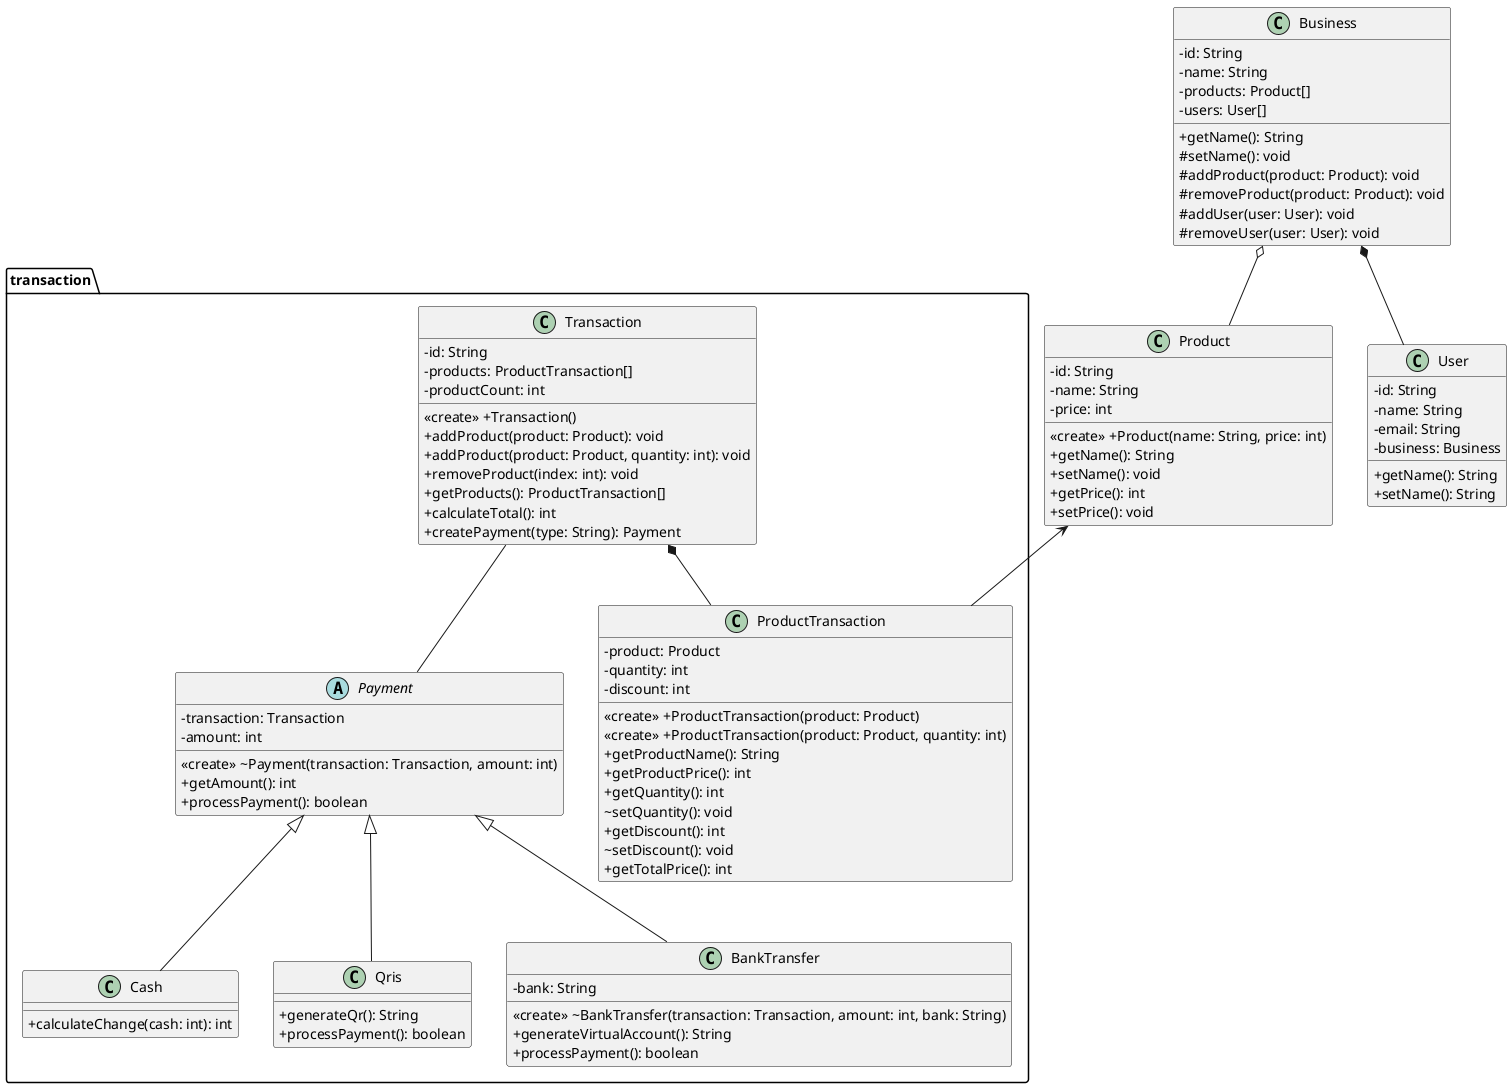
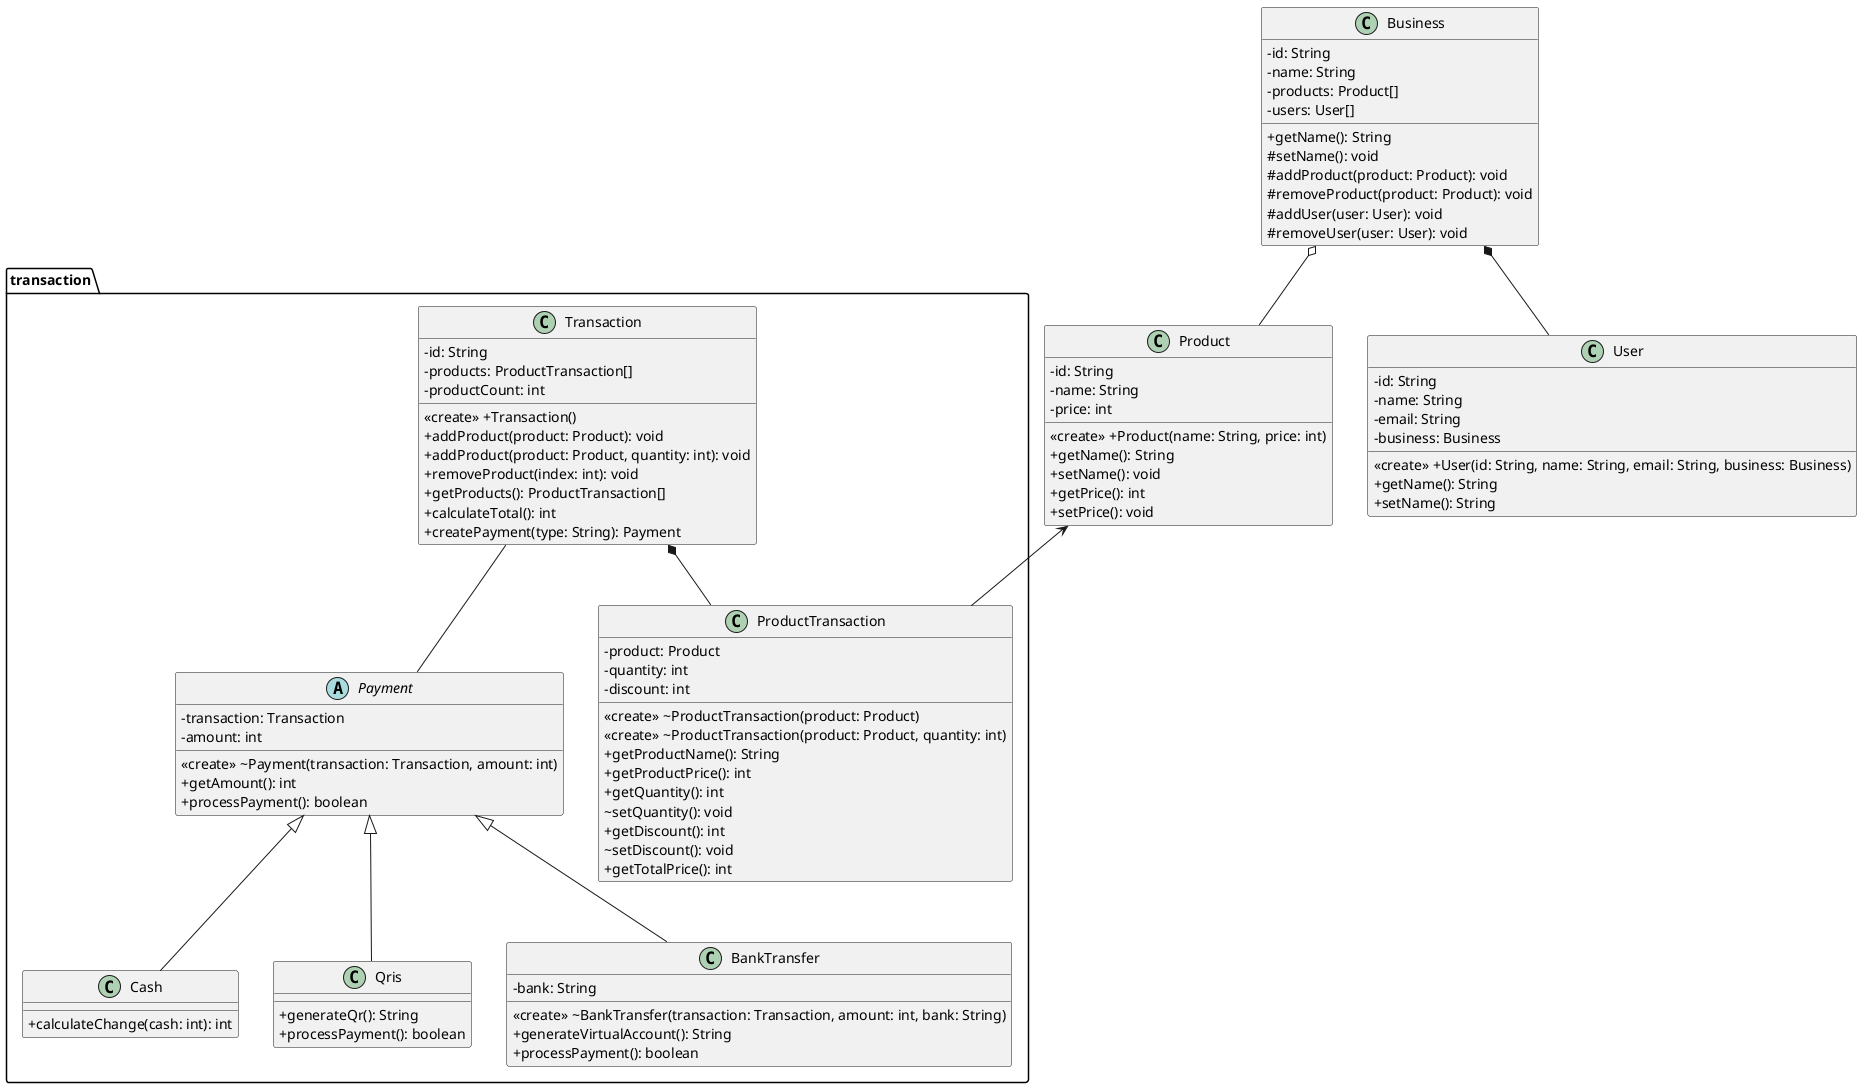
@startuml

skinparam classAttributeIconSize 0

package transaction {
    class Transaction {
        -id: String
        -products: ProductTransaction[]
        -productCount: int
        << create >> +Transaction()
        +addProduct(product: Product): void
        +addProduct(product: Product, quantity: int): void
        +removeProduct(index: int): void
        +getProducts(): ProductTransaction[]
        +calculateTotal(): int
        +createPayment(type: String): Payment
    }

    class ProductTransaction {
        -product: Product
        -quantity: int
        -discount: int
-         << create >> +ProductTransaction(product: Product)
-         << create >> +ProductTransaction(product: Product, quantity: int)
+         << create >> ~ProductTransaction(product: Product)
+         << create >> ~ProductTransaction(product: Product, quantity: int)
        +getProductName(): String
        +getProductPrice(): int
        +getQuantity(): int
        ~setQuantity(): void
        +getDiscount(): int
        ~setDiscount(): void
        +getTotalPrice(): int
    }
    Transaction *-- ProductTransaction

    abstract class Payment {
        -transaction: Transaction
        -amount: int
        << create >> ~Payment(transaction: Transaction, amount: int)
        +getAmount(): int
        +processPayment(): boolean
    }
    Transaction -- Payment

    class Cash {
        +calculateChange(cash: int): int
    }
    Payment <|-- Cash

    class Qris {
        +generateQr(): String
        +processPayment(): boolean
    }
    Payment <|-- Qris

    class BankTransfer {
        -bank: String
        << create >> ~BankTransfer(transaction: Transaction, amount: int, bank: String)
        +generateVirtualAccount(): String
        +processPayment(): boolean
    }
    Payment <|-- BankTransfer
}
Product <-- ProductTransaction

class Product {
    -id: String
    -name: String
    -price: int
    << create >> +Product(name: String, price: int)
    +getName(): String
    +setName(): void
    +getPrice(): int
    +setPrice(): void
}

class Business {
    -id: String
    -name: String
    -products: Product[]
    -users: User[]
    +getName(): String
    #setName(): void
    #addProduct(product: Product): void
    #removeProduct(product: Product): void
    #addUser(user: User): void
    #removeUser(user: User): void
}
Business o-- Product

class User {
    -id: String
    -name: String
    -email: String
    -business: Business
+     << create >> +User(id: String, name: String, email: String, business: Business)
    +getName(): String
    +setName(): String
}
Business *-- User

@enduml
